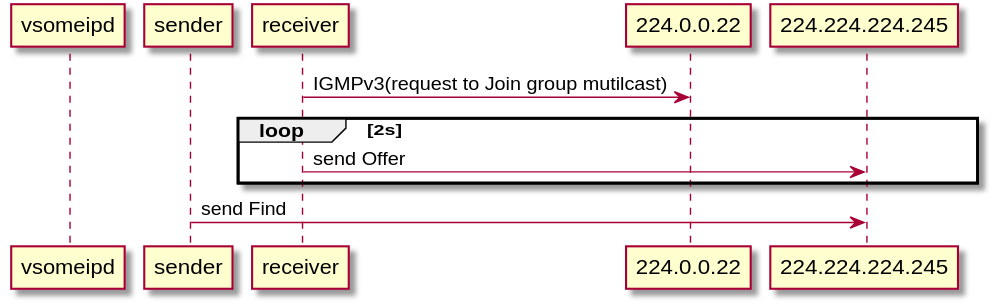
This is doc/design/OverView.svg from minhthedt/vsomeip-example, a PlantUML export, as it was before one commit.
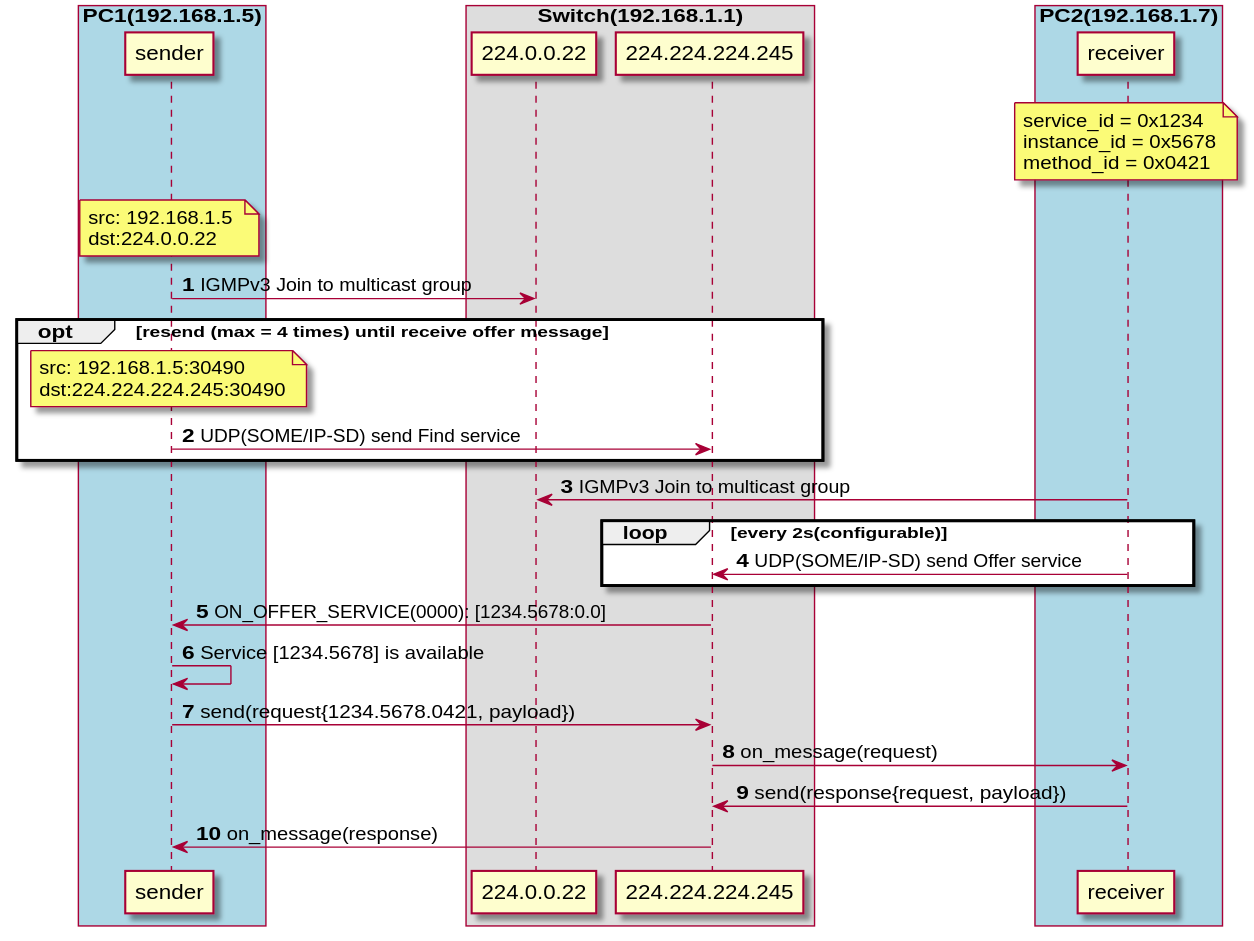
After the commit.

Commit message:
Auto-render: update all PlantUML diagrams to SVG

What changed in the source:
```diff
@@ -1,15 +1,34 @@
 @startuml
-participant vsomeipd as vsomeip_daemon
-participant sender as client1
-participant receiver as client2
-participant "224.0.0.22" as enss
-participant "224.224.224.245" as discovery
+autonumber
+box "PC1(192.168.1.5)" #LightBlue
+participant "sender" as client1
+end box
+box "Switch(192.168.1.1)"
+participant "224.0.0.22" as router_igmp
+participant "224.224.224.245" as rounter_mutilcast
+end box
 
-client2->enss: IGMPv3(request to Join group mutilcast)
-loop 2s
-client2->discovery: send Offer
+box "PC2(192.168.1.7)" #LightBlue
+participant "receiver" as client2
+
+end box
+note over client2: service_id = 0x1234\ninstance_id = 0x5678\nmethod_id = 0x0421
+note over client1: src: 192.168.1.5 \ndst:224.0.0.22
+client1->router_igmp: IGMPv3 Join to multicast group
+
+opt resend (max = 4 times) until receive offer message
+note over client1: src: 192.168.1.5:30490 \ndst:224.224.224.245:30490
+client1->rounter_mutilcast: UDP(SOME/IP-SD) send Find service
+end
+client2->router_igmp: IGMPv3 Join to multicast group
+loop every 2s(configurable)
+client2->rounter_mutilcast: UDP(SOME/IP-SD) send Offer service
 end
 
-client1->discovery: send Find
-
+rounter_mutilcast->client1: ON_OFFER_SERVICE(0000): [1234.5678:0.0]
+client1->client1: Service [1234.5678] is available
+client1->rounter_mutilcast: send(request{1234.5678.0421, payload})
+rounter_mutilcast->client2: on_message(request)
+client2->rounter_mutilcast: send(response{request, payload})
+rounter_mutilcast->client1: on_message(response)
 @enduml
```
